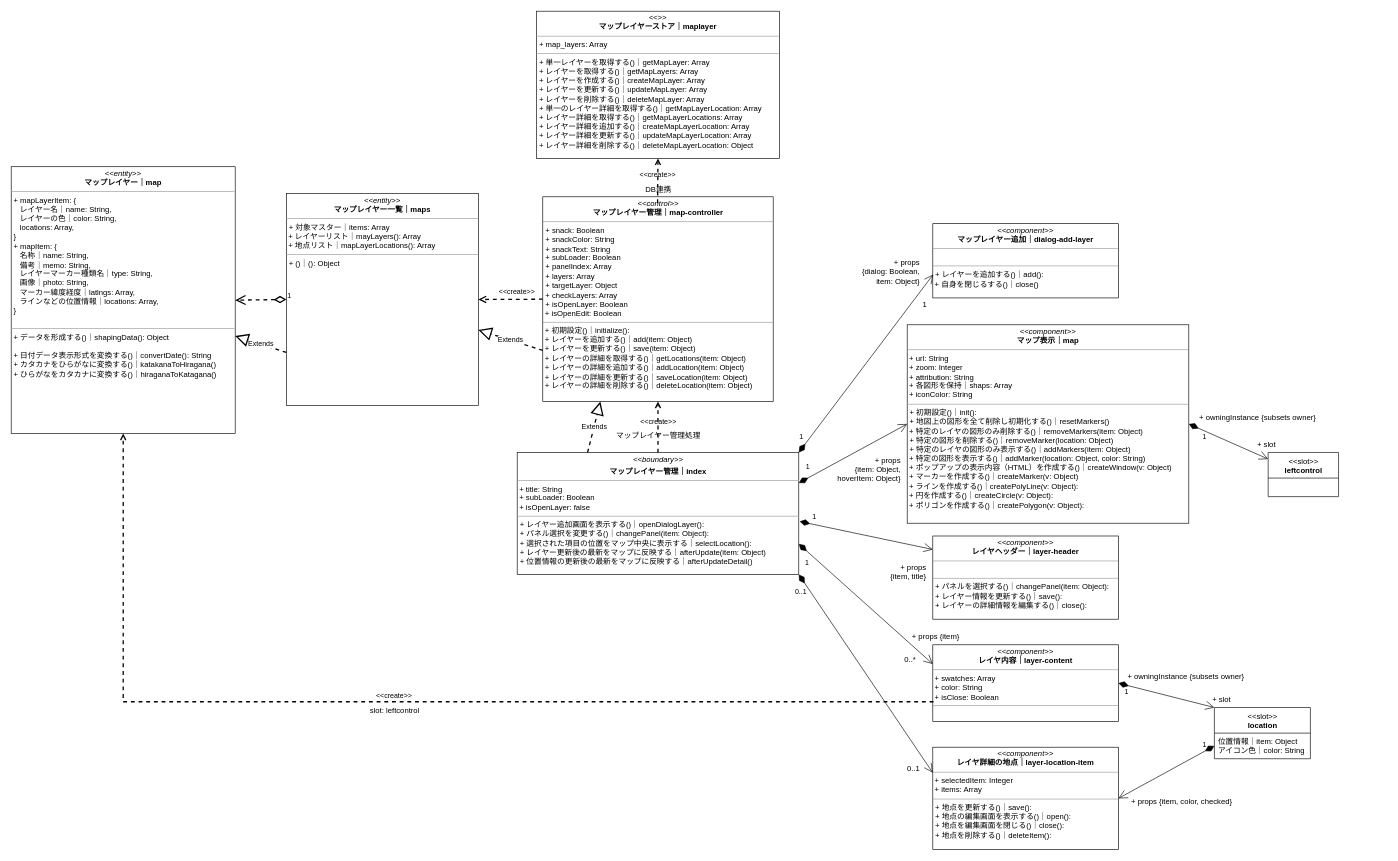
Above: iriomote-anymaps.drawio in kaoru387/draw.io (draw.io), before the change. Source tidied: cells renumbered, new cells numbered last; positions are measured from the earlier drawing's top-left corner, leaving out a move shared by most shapes. Both pictures are drawn from the tidied source at 64%, with x=0, y=0 at pixel (11, 11).
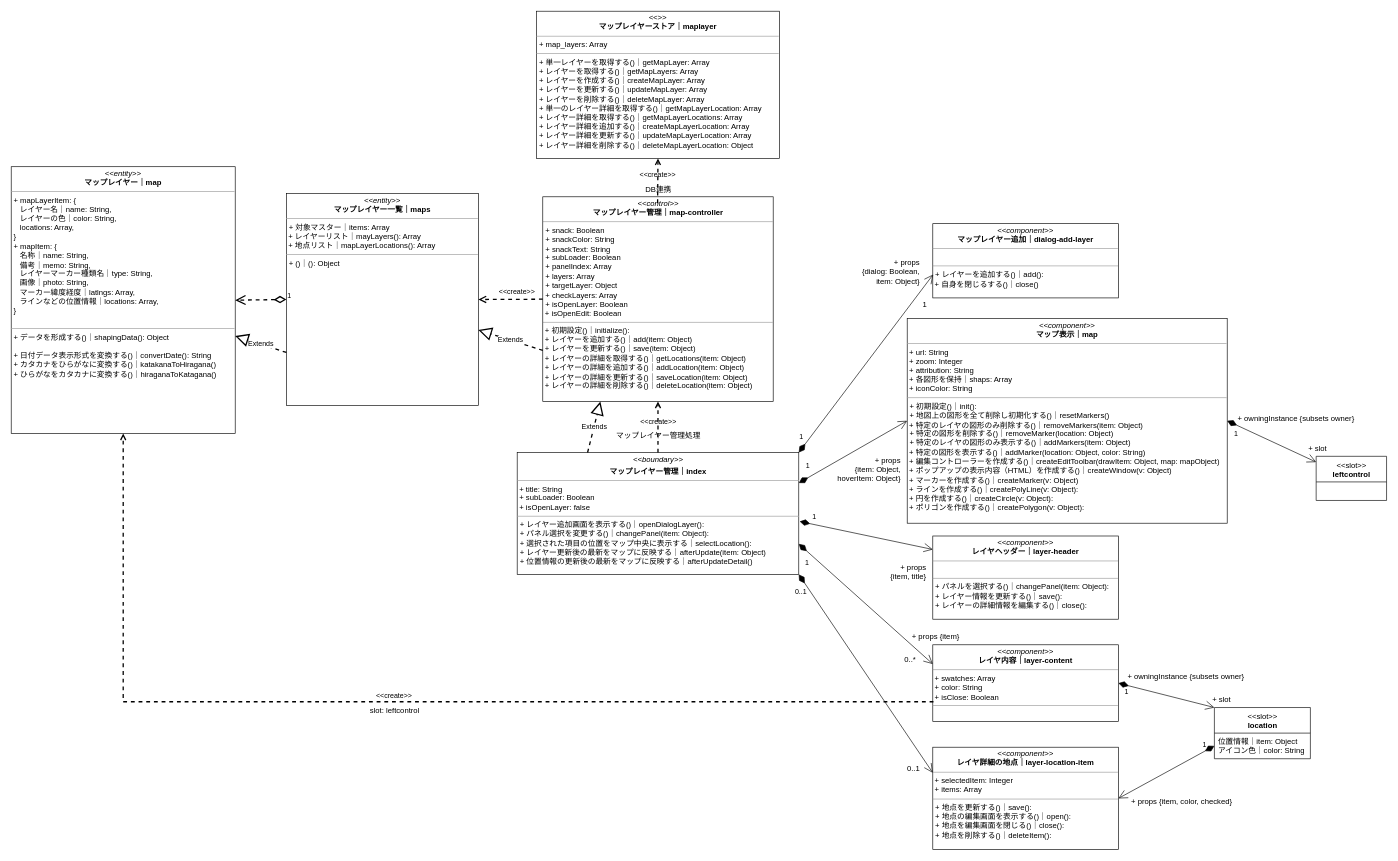
The same page after the edit.

Commit message:
iriomote-anymaps.drawio を更新します

What changed in the source:
```diff
@@
-    <mxCell id="6" value="&lt;p style=&quot;margin:0px;margin-top:4px;text-align:center;&quot;&gt;&lt;i&gt;&amp;lt;&amp;lt;&lt;/i&gt;&lt;i&gt;component&lt;/i&gt;&lt;i&gt;&amp;gt;&amp;gt;&lt;/i&gt;&lt;br&gt;&lt;b&gt;マップ表示｜&lt;/b&gt;&lt;b style=&quot;background-color: initial;&quot;&gt;map&lt;/b&gt;&lt;/p&gt;&lt;hr size=&quot;1&quot;&gt;&lt;div&gt;&lt;span style=&quot;background-color: initial;&quot;&gt;&amp;nbsp;+ url: String&lt;/span&gt;&lt;/div&gt;&lt;div&gt;&amp;nbsp;+ zoom: Integer&lt;/div&gt;&amp;nbsp;+&amp;nbsp;&lt;span style=&quot;background-color: initial;&quot;&gt;attribution: String&lt;/span&gt;&lt;br&gt;&amp;nbsp;+ 各図形を保持｜&lt;span style=&quot;background-color: initial;&quot;&gt;shaps: Array&lt;/span&gt;&lt;br&gt;&amp;nbsp;+&amp;nbsp;&lt;span style=&quot;background-color: initial;&quot;&gt;iconColor: String&lt;/span&gt;&lt;br&gt;&lt;hr size=&quot;1&quot;&gt;&lt;p style=&quot;margin:0px;margin-left:4px;&quot;&gt;+ 初期設定()｜init():&amp;nbsp;&lt;/p&gt;&lt;p style=&quot;margin:0px;margin-left:4px;&quot;&gt;+ 地図上の図形を全て削除し初期化する()｜resetMarkers()&lt;br&gt;&lt;/p&gt;&amp;nbsp;+ 特定のレイヤの図形のみ削除する()｜removeMarkers(item: Object)&lt;p style=&quot;margin:0px;margin-left:4px;&quot;&gt;+ 特定の図形を削除する()｜removeMarker(location: Object)&lt;br&gt;&lt;/p&gt;&lt;p style=&quot;margin:0px;margin-left:4px;&quot;&gt;+ 特定のレイヤの図形のみ表示する()｜addMarkers(item: Object)&lt;/p&gt;&amp;nbsp;+ 特定の図形を表示する()｜addMarker(location: Object, color: String)&lt;br&gt;&amp;nbsp;+ ポップアップの表示内容（HTML）を作成する()｜createWindow(v: Object)&lt;br&gt;&amp;nbsp;+ マーカーを作成する()｜createMarker(v: Object)&lt;br&gt;&amp;nbsp;+ ラインを作成する()｜createPolyLine(v: Object):&amp;nbsp;&lt;br&gt;&amp;nbsp;+ 円を作成する()｜createCircle(v: Object):&amp;nbsp;&lt;br&gt;&amp;nbsp;+ ポリゴンを作成する()｜createPolygon(v: Object):&amp;nbsp;" style="verticalAlign=top;align=left;overflow=fill;fontSize=12;fontFamily=Helvetica;html=1;" parent="1" vertex="1">
-      <mxGeometry x="1400" y="490" width="440" height="310" as="geometry" />
+    <mxCell id="6" value="&lt;p style=&quot;margin:0px;margin-top:4px;text-align:center;&quot;&gt;&lt;i&gt;&amp;lt;&amp;lt;&lt;/i&gt;&lt;i&gt;component&lt;/i&gt;&lt;i&gt;&amp;gt;&amp;gt;&lt;/i&gt;&lt;br&gt;&lt;b&gt;マップ表示｜&lt;/b&gt;&lt;b style=&quot;background-color: initial;&quot;&gt;map&lt;/b&gt;&lt;/p&gt;&lt;hr size=&quot;1&quot;&gt;&lt;div&gt;&lt;span style=&quot;background-color: initial;&quot;&gt;&amp;nbsp;+ url: String&lt;/span&gt;&lt;/div&gt;&lt;div&gt;&amp;nbsp;+ zoom: Integer&lt;/div&gt;&amp;nbsp;+&amp;nbsp;&lt;span style=&quot;background-color: initial;&quot;&gt;attribution: String&lt;/span&gt;&lt;br&gt;&amp;nbsp;+ 各図形を保持｜&lt;span style=&quot;background-color: initial;&quot;&gt;shaps: Array&lt;/span&gt;&lt;br&gt;&amp;nbsp;+&amp;nbsp;&lt;span style=&quot;background-color: initial;&quot;&gt;iconColor: String&lt;/span&gt;&lt;br&gt;&lt;hr size=&quot;1&quot;&gt;&lt;p style=&quot;margin:0px;margin-left:4px;&quot;&gt;+ 初期設定()｜init():&amp;nbsp;&lt;/p&gt;&lt;p style=&quot;margin:0px;margin-left:4px;&quot;&gt;+ 地図上の図形を全て削除し初期化する()｜resetMarkers()&lt;br&gt;&lt;/p&gt;&amp;nbsp;+ 特定のレイヤの図形のみ削除する()｜removeMarkers(item: Object)&lt;p style=&quot;margin:0px;margin-left:4px;&quot;&gt;+ 特定の図形を削除する()｜removeMarker(location: Object)&lt;br&gt;&lt;/p&gt;&lt;p style=&quot;margin:0px;margin-left:4px;&quot;&gt;+ 特定のレイヤの図形のみ表示する()｜addMarkers(item: Object)&lt;/p&gt;&amp;nbsp;+ 特定の図形を表示する()｜addMarker(location: Object, color: String)&lt;br&gt;&amp;nbsp;+ 編集コントローラーを作成する()｜createEditToolbar(drawItem: Object, map: mapObject)&lt;br&gt;&amp;nbsp;+ ポップアップの表示内容（HTML）を作成する()｜createWindow(v: Object)&lt;br&gt;&amp;nbsp;+ マーカーを作成する()｜createMarker(v: Object)&lt;br&gt;&amp;nbsp;+ ラインを作成する()｜createPolyLine(v: Object):&amp;nbsp;&lt;br&gt;&amp;nbsp;+ 円を作成する()｜createCircle(v: Object):&amp;nbsp;&lt;br&gt;&amp;nbsp;+ ポリゴンを作成する()｜createPolygon(v: Object):&amp;nbsp;" style="verticalAlign=top;align=left;overflow=fill;fontSize=12;fontFamily=Helvetica;html=1;" parent="1" vertex="1">
+      <mxGeometry x="1400" y="480" width="500" height="320" as="geometry" />
     </mxCell>
@@
     <mxCell id="30" value="+ slot" style="html=1;align=right;verticalAlign=bottom;labelBackgroundColor=none;" parent="1" vertex="1">
-      <mxGeometry x="1977" y="687.5" as="geometry">
+      <mxGeometry x="2057" y="693.5" as="geometry">
         <mxPoint x="-1" y="-2" as="offset" />
       </mxGeometry>
     </mxCell>
@@
     <mxCell id="33" value="&amp;lt;&amp;lt;slot&amp;gt;&amp;gt;&lt;br&gt;&lt;b&gt;leftcontrol&lt;/b&gt;" style="swimlane;fontStyle=0;align=center;verticalAlign=top;horizontal=1;startSize=40;html=1;" parent="1" vertex="1">
-      <mxGeometry x="1964" y="689.5" width="110" height="69" as="geometry" />
+      <mxGeometry x="2039" y="695.5" width="110" height="69" as="geometry" />
     </mxCell>
     <mxCell id="34" value="1" style="endArrow=open;html=1;endSize=12;startArrow=diamondThin;startSize=14;startFill=1;align=left;verticalAlign=bottom;rounded=0;exitX=1;exitY=0.5;exitDx=0;exitDy=0;" parent="1" edge="1" source="6" target="33">
-      <mxGeometry x="-0.55" y="-19" relative="1" as="geometry" />
+      <mxGeometry x="-0.72" y="-23" relative="1" as="geometry" />
     </mxCell>
     <mxCell id="35" value="+ owningInstance {subsets owner}" style="html=1;align=right;verticalAlign=bottom;labelBackgroundColor=none;" parent="1" vertex="1">
-      <mxGeometry x="2039" y="643" as="geometry" />
+      <mxGeometry x="2099" y="645" as="geometry" />
     </mxCell>
```
